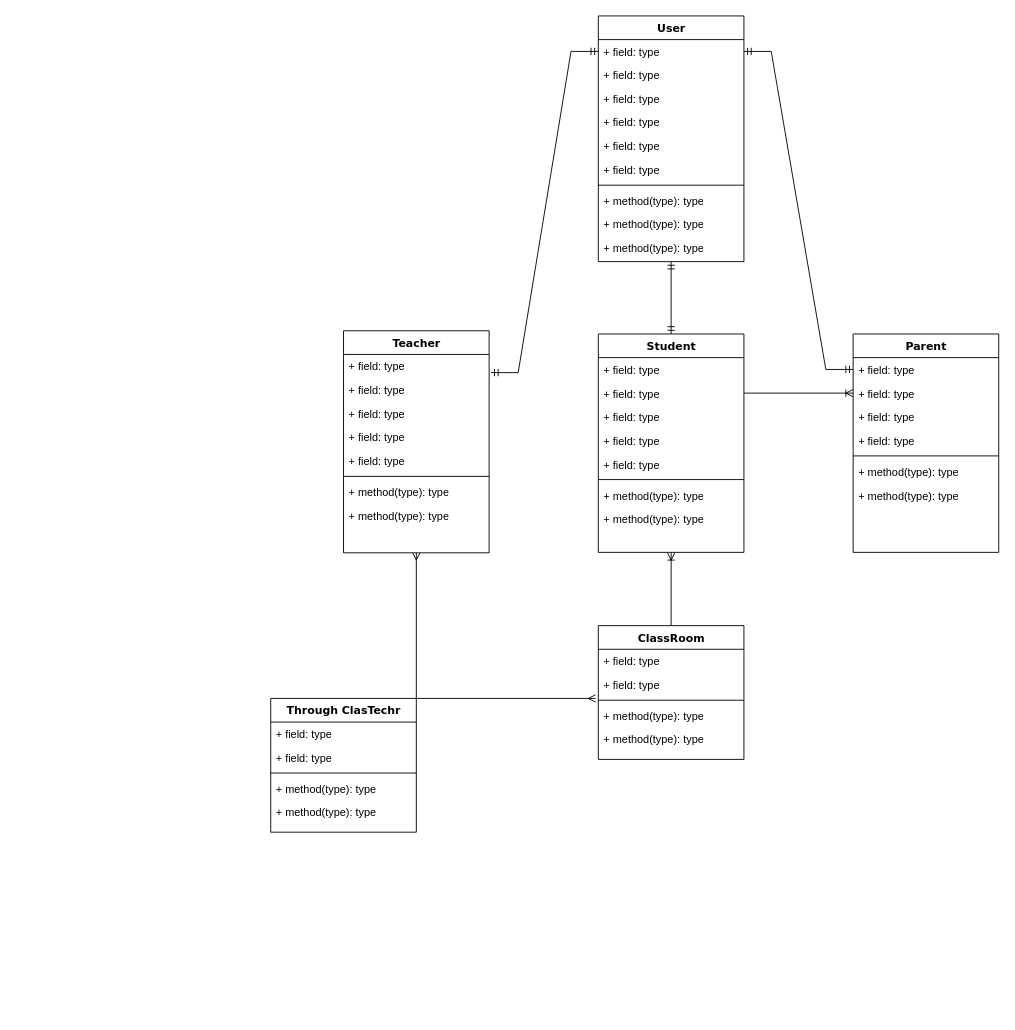
Cmatrix1/Description-School-Project keeps this draw.io diagram as Kokuban.drawio. Above is the earlier version. Source tidied: cells renumbered, new cells numbered last; positions are measured from the earlier drawing's top-left corner, leaving out a move shared by most shapes. Both pictures are drawn from the tidied source at 91%, with x=0, y=0 at pixel (270, 15).
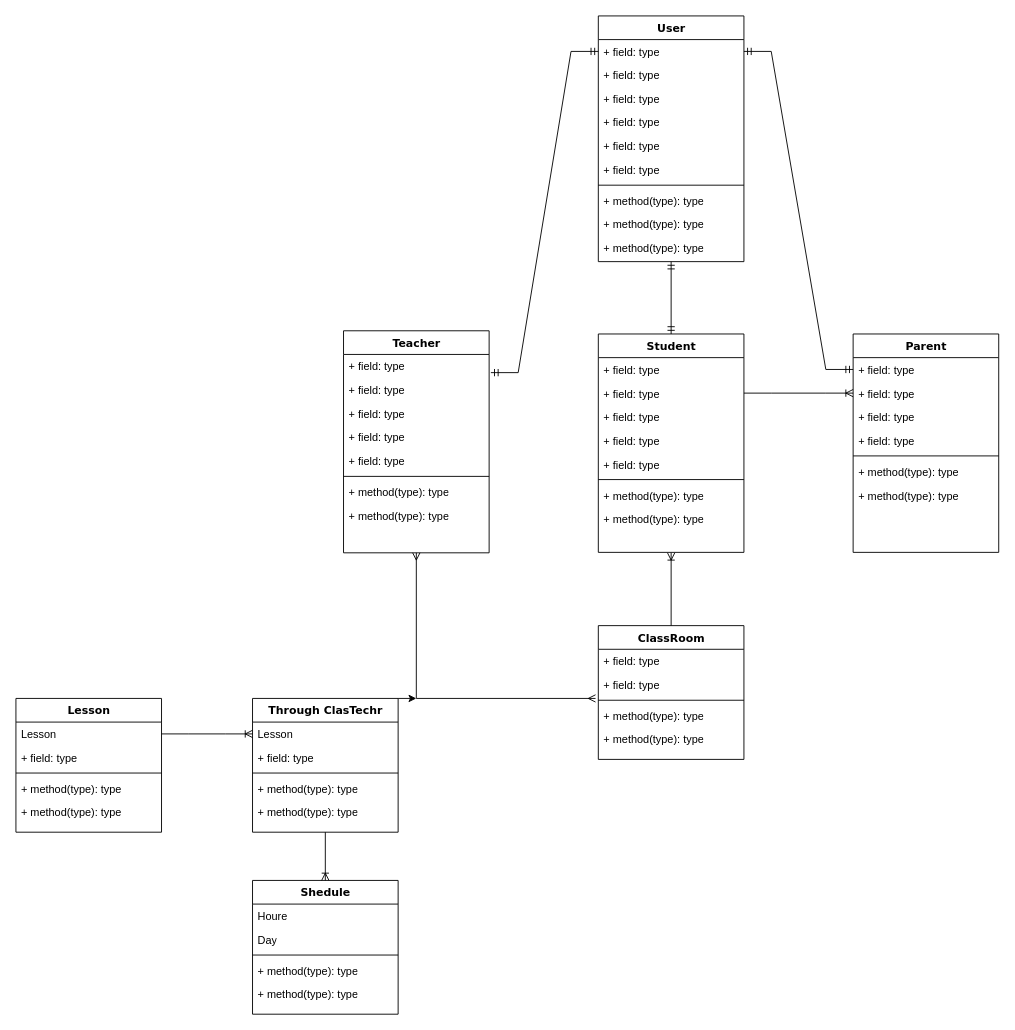
Above is the later version.

Diff of the diagram source:
```diff
@@
+    <mxCell id="57" style="edgeStyle=orthogonalEdgeStyle;rounded=0;jettySize=auto;html=1;exitX=1;exitY=0;exitDx=0;exitDy=0;" parent="1" edge="1" source="50">
+      <mxGeometry relative="1" as="geometry">
+        <mxPoint x="160" y="750.4" as="targetPoint" />
+      </mxGeometry>
+    </mxCell>
     <mxCell id="50" value="Through ClasTechr" style="swimlane;html=1;fontStyle=1;align=center;verticalAlign=top;horizontal=1;startSize=26;swimlaneFillColor=#ffffff;rounded=0;shadow=0;comic=0;labelBackgroundColor=none;strokeWidth=1;fillColor=none;fontFamily=Verdana;fontSize=12;" parent="1" vertex="1">
-      <mxGeometry y="750" width="160" height="147" as="geometry" />
+      <mxGeometry x="-20" y="750" width="160" height="147" as="geometry" />
     </mxCell>
-    <mxCell id="51" value="+ field: type" style="text;html=1;strokeColor=none;fillColor=none;align=left;verticalAlign=top;spacingLeft=4;spacingRight=4;whiteSpace=wrap;overflow=hidden;points=[[0,0.5],[1,0.5]];portConstraint=eastwest;" parent="50" vertex="1">
+    <mxCell id="51" value="Lesson" style="text;html=1;strokeColor=none;fillColor=none;align=left;verticalAlign=top;spacingLeft=4;spacingRight=4;whiteSpace=wrap;overflow=hidden;points=[[0,0.5],[1,0.5]];portConstraint=eastwest;" parent="50" vertex="1">
       <mxGeometry y="26" width="160" height="26" as="geometry" />
     </mxCell>
@@
+    <mxCell id="58" value="Shedule" style="swimlane;html=1;fontStyle=1;align=center;verticalAlign=top;horizontal=1;startSize=26;swimlaneFillColor=#ffffff;rounded=0;shadow=0;comic=0;labelBackgroundColor=none;strokeWidth=1;fillColor=none;fontFamily=Verdana;fontSize=12;" parent="1" vertex="1">
+      <mxGeometry x="-20" y="950" width="160" height="147" as="geometry" />
+    </mxCell>
+    <mxCell id="59" value="Houre" style="text;html=1;strokeColor=none;fillColor=none;align=left;verticalAlign=top;spacingLeft=4;spacingRight=4;whiteSpace=wrap;overflow=hidden;" parent="58" vertex="1">
+      <mxGeometry y="26" width="160" height="26" as="geometry" />
+    </mxCell>
+    <mxCell id="60" value="Day" style="text;html=1;strokeColor=none;fillColor=none;align=left;verticalAlign=top;spacingLeft=4;spacingRight=4;whiteSpace=wrap;overflow=hidden;" parent="58" vertex="1">
+      <mxGeometry y="52" width="160" height="26" as="geometry" />
+    </mxCell>
+    <mxCell id="61" style="line;html=1;strokeWidth=1;fillColor=none;align=left;verticalAlign=middle;spacingTop=-1;spacingLeft=3;spacingRight=3;labelPosition=right;" parent="58" vertex="1">
+      <mxGeometry y="78" width="160" height="8" as="geometry" />
+    </mxCell>
+    <mxCell id="62" value="+ method(type): type" style="text;html=1;strokeColor=none;fillColor=none;align=left;verticalAlign=top;spacingLeft=4;spacingRight=4;whiteSpace=wrap;overflow=hidden;" parent="58" vertex="1">
+      <mxGeometry y="86" width="160" height="26" as="geometry" />
+    </mxCell>
+    <mxCell id="63" value="+ method(type): type" style="text;html=1;strokeColor=none;fillColor=none;align=left;verticalAlign=top;spacingLeft=4;spacingRight=4;whiteSpace=wrap;overflow=hidden;" parent="58" vertex="1">
+      <mxGeometry y="112" width="160" height="26" as="geometry" />
+    </mxCell>
+    <mxCell id="64" style="fontSize=12;html=1;endArrow=ERoneToMany;rounded=0;exitX=0.5;exitY=1;exitDx=0;exitDy=0;entryX=0.5;entryY=0;entryDx=0;entryDy=0;" parent="1" edge="1" source="50" target="58">
+      <mxGeometry relative="1" as="geometry" />
+    </mxCell>
+    <mxCell id="65" value="Lesson" style="swimlane;html=1;fontStyle=1;align=center;verticalAlign=top;horizontal=1;startSize=26;swimlaneFillColor=#ffffff;rounded=0;shadow=0;comic=0;labelBackgroundColor=none;strokeWidth=1;fillColor=none;fontFamily=Verdana;fontSize=12;" parent="1" vertex="1">
+      <mxGeometry x="-280" y="750" width="160" height="147" as="geometry" />
+    </mxCell>
+    <mxCell id="66" value="Lesson" style="text;html=1;strokeColor=none;fillColor=none;align=left;verticalAlign=top;spacingLeft=4;spacingRight=4;whiteSpace=wrap;overflow=hidden;points=[[0,0.5],[1,0.5]];portConstraint=eastwest;" parent="65" vertex="1">
+      <mxGeometry y="26" width="160" height="26" as="geometry" />
+    </mxCell>
+    <mxCell id="67" value="+ field: type" style="text;html=1;strokeColor=none;fillColor=none;align=left;verticalAlign=top;spacingLeft=4;spacingRight=4;whiteSpace=wrap;overflow=hidden;" parent="65" vertex="1">
+      <mxGeometry y="52" width="160" height="26" as="geometry" />
+    </mxCell>
+    <mxCell id="68" style="line;html=1;strokeWidth=1;fillColor=none;align=left;verticalAlign=middle;spacingTop=-1;spacingLeft=3;spacingRight=3;labelPosition=right;" parent="65" vertex="1">
+      <mxGeometry y="78" width="160" height="8" as="geometry" />
+    </mxCell>
+    <mxCell id="69" value="+ method(type): type" style="text;html=1;strokeColor=none;fillColor=none;align=left;verticalAlign=top;spacingLeft=4;spacingRight=4;whiteSpace=wrap;overflow=hidden;" parent="65" vertex="1">
+      <mxGeometry y="86" width="160" height="26" as="geometry" />
+    </mxCell>
+    <mxCell id="70" value="+ method(type): type" style="text;html=1;strokeColor=none;fillColor=none;align=left;verticalAlign=top;spacingLeft=4;spacingRight=4;whiteSpace=wrap;overflow=hidden;" parent="65" vertex="1">
+      <mxGeometry y="112" width="160" height="26" as="geometry" />
+    </mxCell>
+    <mxCell id="71" style="edgeStyle=entityRelationEdgeStyle;fontSize=12;html=1;endArrow=ERoneToMany;rounded=0;exitX=1;exitY=0.5;exitDx=0;exitDy=0;entryX=0;entryY=0.5;entryDx=0;entryDy=0;" parent="1" edge="1" source="66" target="51">
+      <mxGeometry relative="1" as="geometry" />
+    </mxCell>
```
